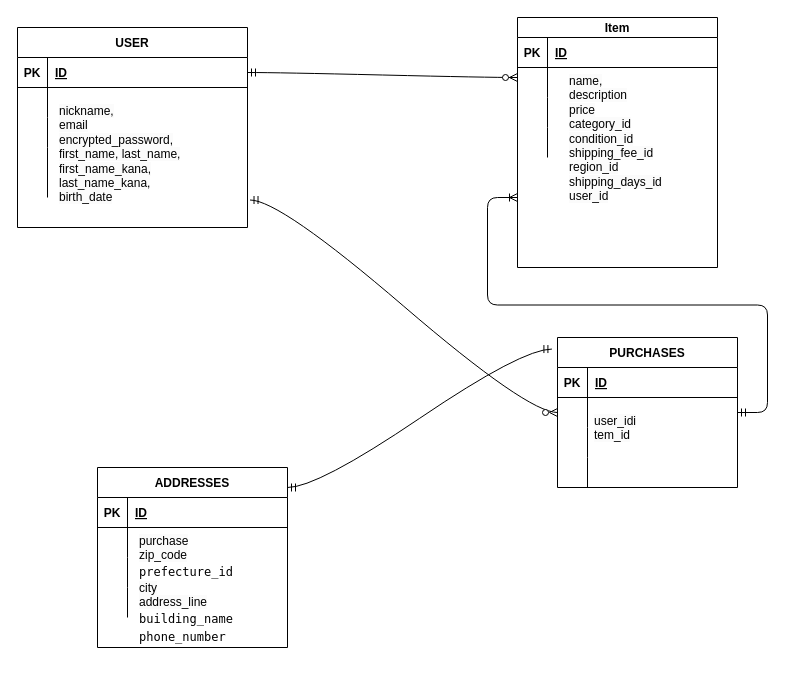
Before: furima.dio in Iwanttomorrowtocome/furima-41479, a draw.io diagram. Source tidied: cells renumbered, new cells numbered last; positions are measured from the earlier drawing's top-left corner, leaving out a move shared by most shapes. Both pictures are drawn from the tidied source at 100%, with x=0, y=0 at pixel (17, 17).
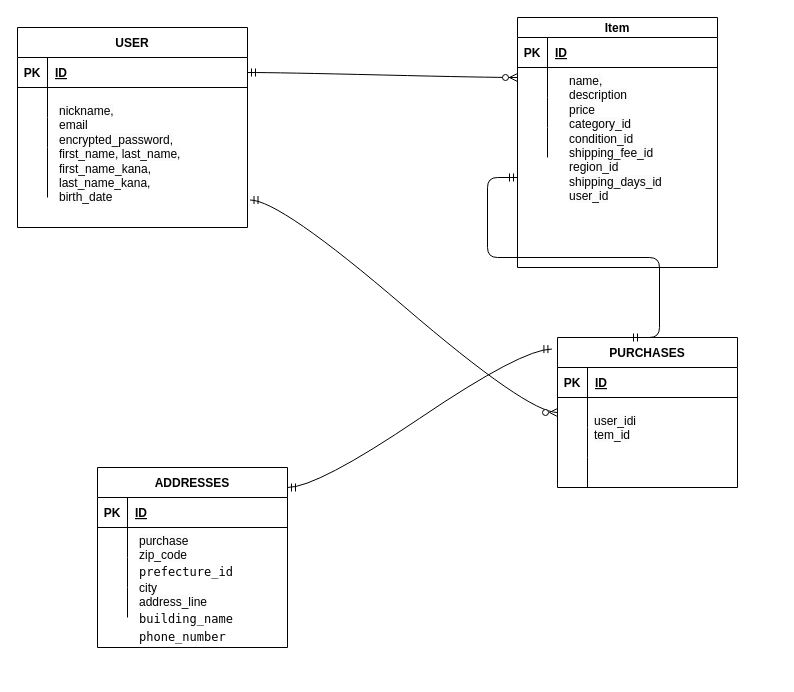
After the change.

The change refers to these unchanged cells:
```xml
<mxCell id="15" value="PURCHASES" style="shape=table;startSize=30;childLayout=tableLayout;rowLines=0;fontStyle=1;align=center;" parent="1" vertex="1">
  <mxGeometry x="540" y="320" width="180" height="150" as="geometry" />
</mxCell>
```

What changed in the source:
```diff
@@
-    <mxCell id="61" style="edgeStyle=entityRelationEdgeStyle;fontSize=12;html=1;endArrow=ERoneToMany;startArrow=ERmandOne;" parent="1" edge="1" source="15">
-      <mxGeometry relative="1" as="geometry">
-        <mxPoint x="500" y="180" as="targetPoint" />
-      </mxGeometry>
-    </mxCell>
+    <mxCell id="62" style="edgeStyle=entityRelationEdgeStyle;fontSize=12;html=1;endArrow=ERmandOne;startArrow=ERmandOne;exitX=0.4;exitY=0;exitDx=0;exitDy=0;exitPerimeter=0;" parent="1" edge="1" source="15">
+      <mxGeometry relative="1" as="geometry">
+        <mxPoint x="500" y="160" as="targetPoint" />
+      </mxGeometry>
+    </mxCell>
```
